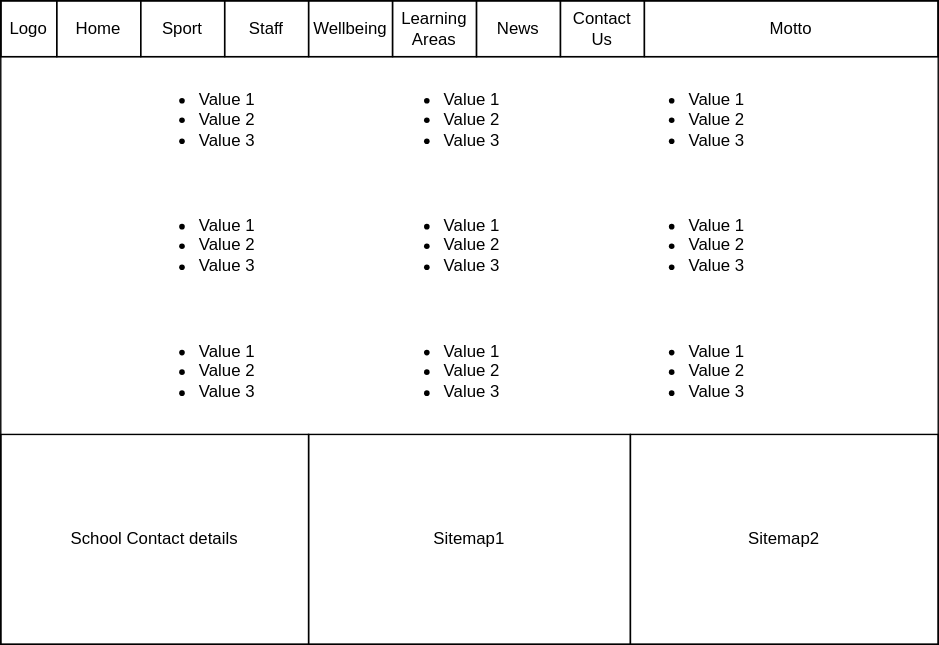
hdert/dtgLvl2Assessment2021 keeps this draw.io diagram as planning/wireframes/page3desktop1.drawio.svg. Above is the earlier version. Source tidied: cells renumbered, new cells last; positions are measured from the earlier drawing's top-left corner, leaving out a move shared by most shapes.
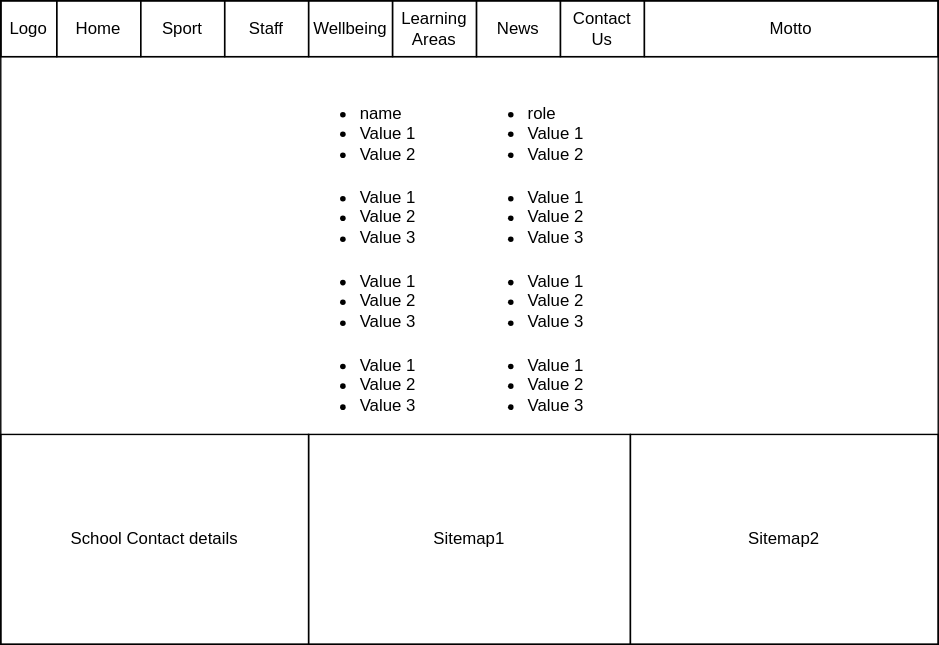
The same file after the commit.

Commit message:
update wireframe, add comments, fix nav

Diff of the diagram source:
```diff
@@ -44,32 +44,29 @@
     <mxCell id="15" value="Sitemap2" style="rounded=0;whiteSpace=wrap;html=1;fillColor=none;" parent="1" vertex="1">
       <mxGeometry x="450" y="310" width="220" height="150" as="geometry" />
     </mxCell>
-    <mxCell id="16" value="&lt;ul&gt;&lt;li&gt;Value 1&lt;/li&gt;&lt;li&gt;Value 2&lt;/li&gt;&lt;li&gt;Value 3&lt;/li&gt;&lt;/ul&gt;" style="text;strokeColor=none;fillColor=none;html=1;whiteSpace=wrap;verticalAlign=middle;overflow=hidden;" parent="1" vertex="1">
-      <mxGeometry x="100" y="40" width="120" height="90" as="geometry" />
+    <mxCell id="16" value="&lt;ul&gt;&lt;li&gt;name&lt;/li&gt;&lt;li&gt;Value 1&lt;/li&gt;&lt;li&gt;Value 2&lt;/li&gt;&lt;/ul&gt;" style="text;strokeColor=none;fillColor=none;html=1;whiteSpace=wrap;verticalAlign=middle;overflow=hidden;" parent="1" vertex="1">
+      <mxGeometry x="215" y="50" width="120" height="90" as="geometry" />
     </mxCell>
-    <mxCell id="17" value="&lt;ul&gt;&lt;li&gt;Value 1&lt;/li&gt;&lt;li&gt;Value 2&lt;/li&gt;&lt;li&gt;Value 3&lt;/li&gt;&lt;/ul&gt;" style="text;strokeColor=none;fillColor=none;html=1;whiteSpace=wrap;verticalAlign=middle;overflow=hidden;" parent="1" vertex="1">
-      <mxGeometry x="275" y="220" width="120" height="90" as="geometry" />
-    </mxCell>
-    <mxCell id="18" value="&lt;ul&gt;&lt;li&gt;Value 1&lt;/li&gt;&lt;li&gt;Value 2&lt;/li&gt;&lt;li&gt;Value 3&lt;/li&gt;&lt;/ul&gt;" style="text;strokeColor=none;fillColor=none;html=1;whiteSpace=wrap;verticalAlign=middle;overflow=hidden;" parent="1" vertex="1">
-      <mxGeometry x="275" y="130" width="120" height="90" as="geometry" />
-    </mxCell>
-    <mxCell id="19" value="&lt;ul&gt;&lt;li&gt;Value 1&lt;/li&gt;&lt;li&gt;Value 2&lt;/li&gt;&lt;li&gt;Value 3&lt;/li&gt;&lt;/ul&gt;" style="text;strokeColor=none;fillColor=none;html=1;whiteSpace=wrap;verticalAlign=middle;overflow=hidden;" parent="1" vertex="1">
-      <mxGeometry x="275" y="40" width="120" height="90" as="geometry" />
-    </mxCell>
     <mxCell id="20" value="&lt;ul&gt;&lt;li&gt;Value 1&lt;/li&gt;&lt;li&gt;Value 2&lt;/li&gt;&lt;li&gt;Value 3&lt;/li&gt;&lt;/ul&gt;" style="text;strokeColor=none;fillColor=none;html=1;whiteSpace=wrap;verticalAlign=middle;overflow=hidden;" parent="1" vertex="1">
-      <mxGeometry x="100" y="220" width="120" height="90" as="geometry" />
+      <mxGeometry x="215" y="170" width="120" height="90" as="geometry" />
     </mxCell>
     <mxCell id="21" value="&lt;ul&gt;&lt;li&gt;Value 1&lt;/li&gt;&lt;li&gt;Value 2&lt;/li&gt;&lt;li&gt;Value 3&lt;/li&gt;&lt;/ul&gt;" style="text;strokeColor=none;fillColor=none;html=1;whiteSpace=wrap;verticalAlign=middle;overflow=hidden;" parent="1" vertex="1">
-      <mxGeometry x="100" y="130" width="120" height="90" as="geometry" />
+      <mxGeometry x="215" y="110" width="120" height="90" as="geometry" />
     </mxCell>
-    <mxCell id="22" value="&lt;ul&gt;&lt;li&gt;Value 1&lt;/li&gt;&lt;li&gt;Value 2&lt;/li&gt;&lt;li&gt;Value 3&lt;/li&gt;&lt;/ul&gt;" style="text;strokeColor=none;fillColor=none;html=1;whiteSpace=wrap;verticalAlign=middle;overflow=hidden;" parent="1" vertex="1">
-      <mxGeometry x="450" y="40" width="120" height="90" as="geometry" />
-    </mxCell>
-    <mxCell id="23" value="&lt;ul&gt;&lt;li&gt;Value 1&lt;/li&gt;&lt;li&gt;Value 2&lt;/li&gt;&lt;li&gt;Value 3&lt;/li&gt;&lt;/ul&gt;" style="text;strokeColor=none;fillColor=none;html=1;whiteSpace=wrap;verticalAlign=middle;overflow=hidden;" parent="1" vertex="1">
-      <mxGeometry x="450" y="220" width="120" height="90" as="geometry" />
-    </mxCell>
     <mxCell id="24" value="&lt;ul&gt;&lt;li&gt;Value 1&lt;/li&gt;&lt;li&gt;Value 2&lt;/li&gt;&lt;li&gt;Value 3&lt;/li&gt;&lt;/ul&gt;" style="text;strokeColor=none;fillColor=none;html=1;whiteSpace=wrap;verticalAlign=middle;overflow=hidden;" parent="1" vertex="1">
-      <mxGeometry x="450" y="130" width="120" height="90" as="geometry" />
+      <mxGeometry x="215" y="230" width="120" height="90" as="geometry" />
     </mxCell>
+    <mxCell id="25" value="&lt;ul&gt;&lt;li&gt;role&lt;/li&gt;&lt;li&gt;Value 1&lt;/li&gt;&lt;li&gt;Value 2&lt;/li&gt;&lt;/ul&gt;" style="text;strokeColor=none;fillColor=none;html=1;whiteSpace=wrap;verticalAlign=middle;overflow=hidden;" parent="1" vertex="1">
+      <mxGeometry x="335" y="50" width="120" height="90" as="geometry" />
+    </mxCell>
+    <mxCell id="26" value="&lt;ul&gt;&lt;li&gt;Value 1&lt;/li&gt;&lt;li&gt;Value 2&lt;/li&gt;&lt;li&gt;Value 3&lt;/li&gt;&lt;/ul&gt;" style="text;strokeColor=none;fillColor=none;html=1;whiteSpace=wrap;verticalAlign=middle;overflow=hidden;" parent="1" vertex="1">
+      <mxGeometry x="335" y="170" width="120" height="90" as="geometry" />
+    </mxCell>
+    <mxCell id="27" value="&lt;ul&gt;&lt;li&gt;Value 1&lt;/li&gt;&lt;li&gt;Value 2&lt;/li&gt;&lt;li&gt;Value 3&lt;/li&gt;&lt;/ul&gt;" style="text;strokeColor=none;fillColor=none;html=1;whiteSpace=wrap;verticalAlign=middle;overflow=hidden;" parent="1" vertex="1">
+      <mxGeometry x="335" y="110" width="120" height="90" as="geometry" />
+    </mxCell>
+    <mxCell id="28" value="&lt;ul&gt;&lt;li&gt;Value 1&lt;/li&gt;&lt;li&gt;Value 2&lt;/li&gt;&lt;li&gt;Value 3&lt;/li&gt;&lt;/ul&gt;" style="text;strokeColor=none;fillColor=none;html=1;whiteSpace=wrap;verticalAlign=middle;overflow=hidden;" parent="1" vertex="1">
+      <mxGeometry x="335" y="230" width="120" height="90" as="geometry" />
+    </mxCell>
   </root>
 </mxGraphModel>
```
